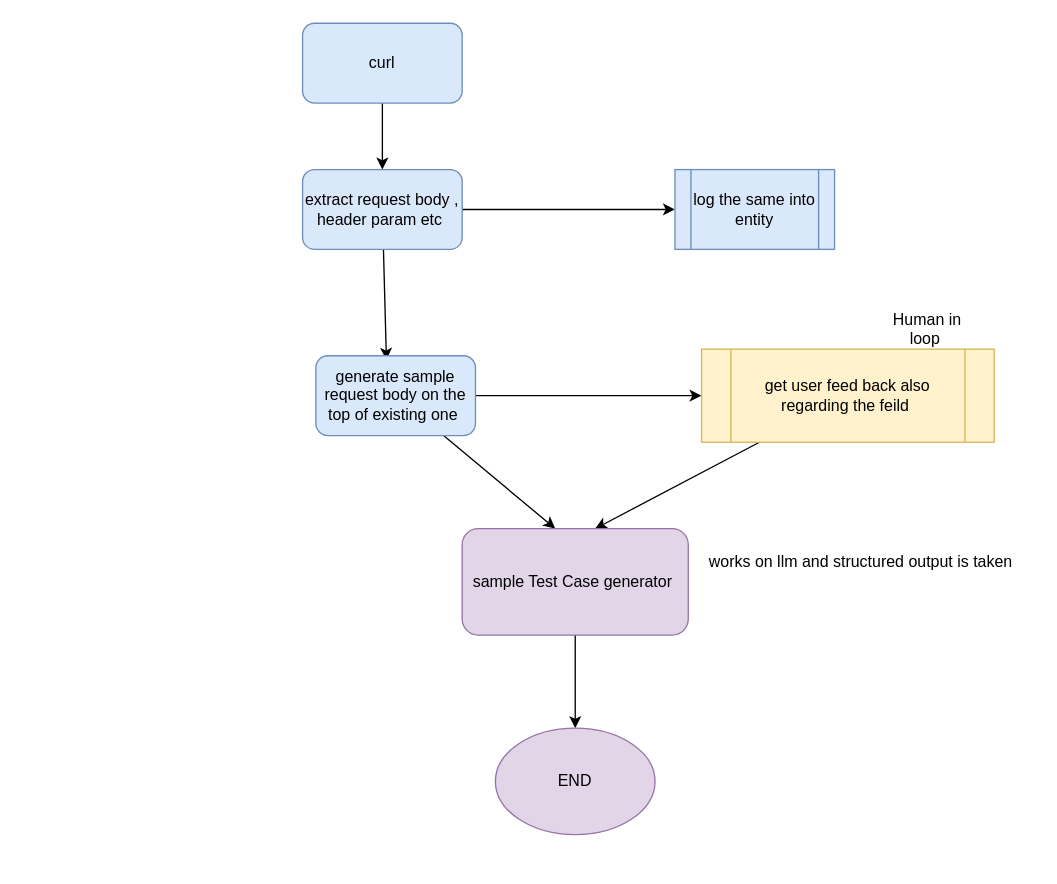
The draw.io diagram High_level_langGraph_design.drawio in gokul153/End_to_End_Testing_Automation_tool, before the edit. Source tidied: cells renumbered, new cells numbered last; positions are measured from the earlier drawing's top-left corner, leaving out a move shared by most shapes. Both pictures are drawn from the tidied source at 133%, with x=0, y=0 at pixel (302, 23).
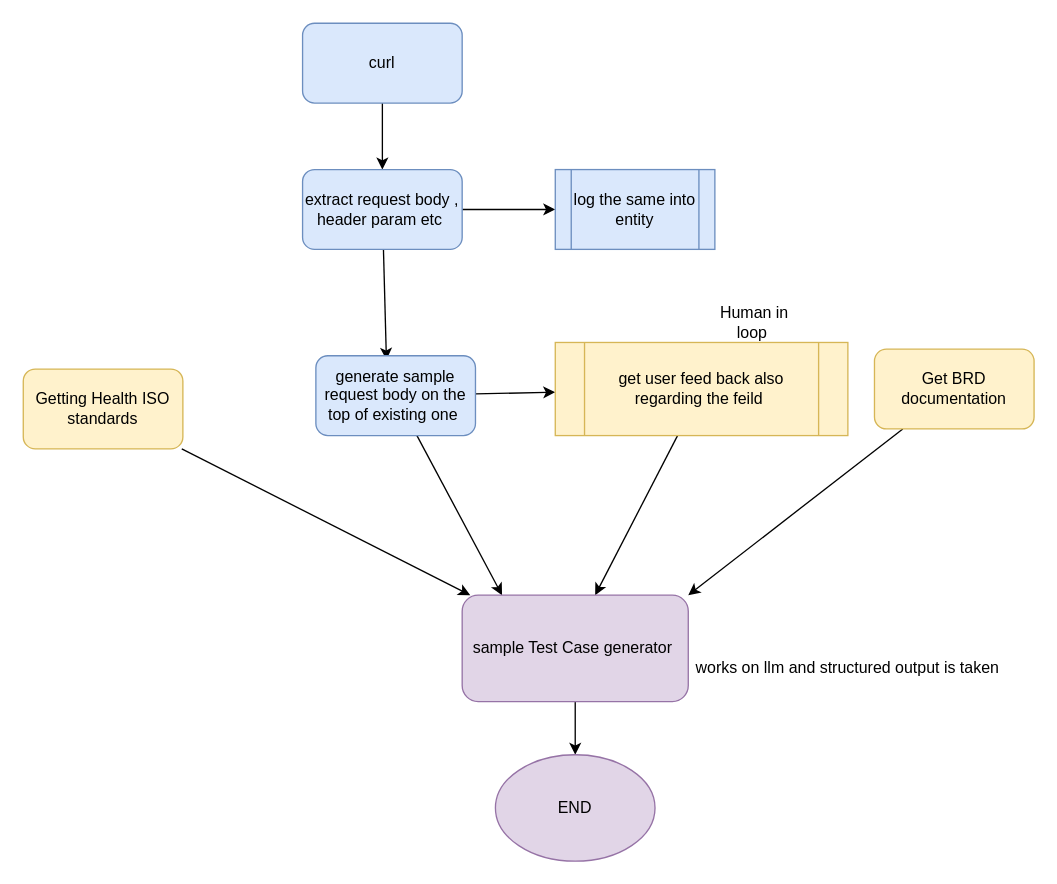
Above is the later version.

Unchanged cells that the change refers to:
```xml
<mxCell id="10" value="generate sample request body on the top of existing one&amp;nbsp;" style="rounded=1;whiteSpace=wrap;html=1;fillColor=#dae8fc;strokeColor=#6c8ebf;" parent="1" vertex="1">
  <mxGeometry x="10" y="250" width="120" height="60" as="geometry" />
</mxCell>
```

The edit, as a diff of the source:
```diff
@@
     <mxCell id="7" value="log the same into entity" style="shape=process;whiteSpace=wrap;html=1;backgroundOutline=1;fillColor=#dae8fc;strokeColor=#6c8ebf;" parent="1" vertex="1">
-      <mxGeometry x="280" y="110" width="120" height="60" as="geometry" />
+      <mxGeometry x="190" y="110" width="120" height="60" as="geometry" />
     </mxCell>
@@
     <mxCell id="9" style="edgeStyle=none;html=1;" parent="1" edge="1" source="10">
       <mxGeometry relative="1" as="geometry">
-        <mxPoint x="190" y="380" as="targetPoint" />
+        <mxPoint x="150" y="430" as="targetPoint" />
       </mxGeometry>
     </mxCell>
@@
     <mxCell id="11" style="edgeStyle=none;html=1;" parent="1" edge="1" source="12">
       <mxGeometry relative="1" as="geometry">
-        <mxPoint x="220" y="380" as="targetPoint" />
+        <mxPoint x="220" y="430" as="targetPoint" />
       </mxGeometry>
     </mxCell>
     <mxCell id="12" value="get user feed back also regarding the feild&amp;nbsp;" style="shape=process;whiteSpace=wrap;html=1;backgroundOutline=1;fillColor=#fff2cc;strokeColor=#d6b656;" parent="1" vertex="1">
-      <mxGeometry x="300" y="245" width="220" height="70" as="geometry" />
+      <mxGeometry x="190" y="240" width="220" height="70" as="geometry" />
     </mxCell>
@@
     <mxCell id="14" value="sample Test Case generator&amp;nbsp;" style="rounded=1;whiteSpace=wrap;html=1;fillColor=#e1d5e7;strokeColor=#9673a6;" parent="1" vertex="1">
-      <mxGeometry x="120" y="380" width="170" height="80" as="geometry" />
+      <mxGeometry x="120" y="430" width="170" height="80" as="geometry" />
     </mxCell>
     <mxCell id="15" value="works on llm and structured output is taken" style="text;html=1;align=center;verticalAlign=middle;whiteSpace=wrap;rounded=0;" parent="1" vertex="1">
-      <mxGeometry x="300" y="390" width="240" height="30" as="geometry" />
+      <mxGeometry x="290" y="470" width="240" height="30" as="geometry" />
     </mxCell>
     <mxCell id="16" value="Human in loop&amp;nbsp;" style="text;html=1;align=center;verticalAlign=middle;whiteSpace=wrap;rounded=0;" parent="1" vertex="1">
-      <mxGeometry x="440" y="215" width="60" height="30" as="geometry" />
+      <mxGeometry x="310" y="210" width="60" height="30" as="geometry" />
     </mxCell>
     <mxCell id="17" value="END" style="ellipse;whiteSpace=wrap;html=1;fillColor=#e1d5e7;strokeColor=#9673a6;" parent="1" vertex="1">
-      <mxGeometry x="145" y="530" width="120" height="80" as="geometry" />
+      <mxGeometry x="145" y="550" width="120" height="80" as="geometry" />
     </mxCell>
+    <mxCell id="18" style="edgeStyle=none;html=1;entryX=1;entryY=0;entryDx=0;entryDy=0;" parent="1" edge="1" source="19" target="14">
+      <mxGeometry relative="1" as="geometry" />
+    </mxCell>
+    <mxCell id="19" value="Get BRD documentation" style="rounded=1;whiteSpace=wrap;html=1;fillColor=#fff2cc;strokeColor=#d6b656;" parent="1" vertex="1">
+      <mxGeometry x="430" y="245" width="120" height="60" as="geometry" />
+    </mxCell>
+    <mxCell id="20" style="edgeStyle=none;html=1;" parent="1" edge="1" source="21" target="14">
+      <mxGeometry relative="1" as="geometry" />
+    </mxCell>
+    <mxCell id="21" value="Getting Health ISO standards" style="rounded=1;whiteSpace=wrap;html=1;fillColor=#fff2cc;strokeColor=#d6b656;" parent="1" vertex="1">
+      <mxGeometry x="-210" y="260" width="120" height="60" as="geometry" />
+    </mxCell>
```
